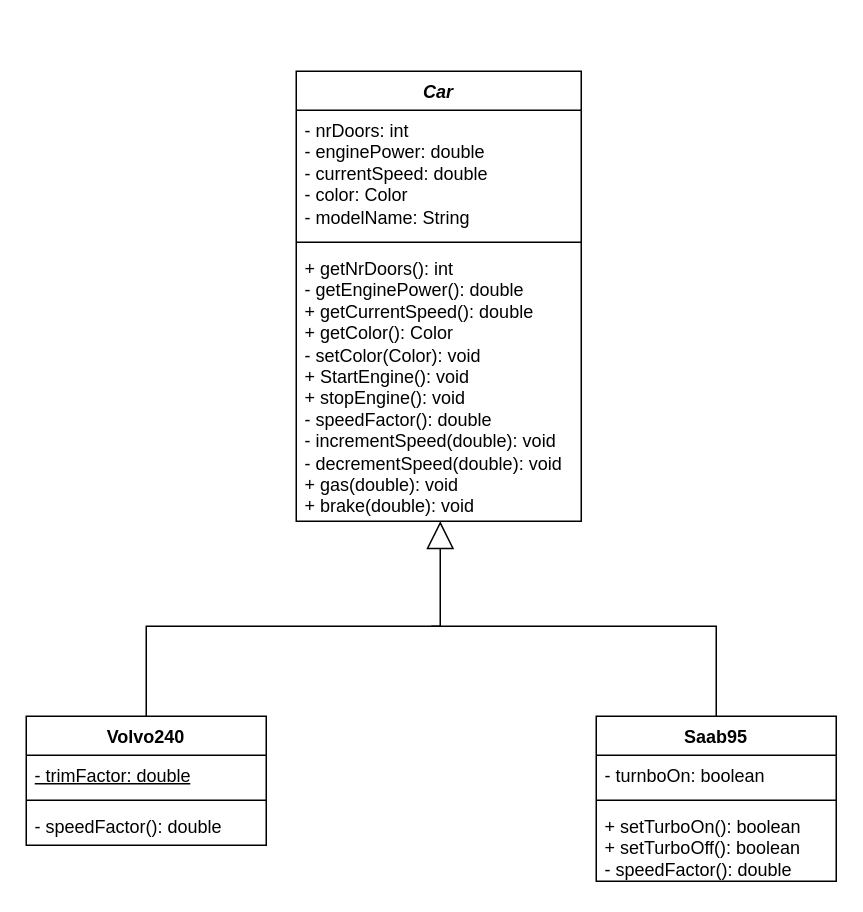
Above: Lab1.drawio in Trictan/lab1 (draw.io), before the change. Source tidied: cells renumbered, new cells numbered last; positions are measured from the earlier drawing's top-left corner, leaving out a move shared by most shapes. Both pictures are drawn from the tidied source at 150%, with x=0, y=0 at pixel (26, 70).
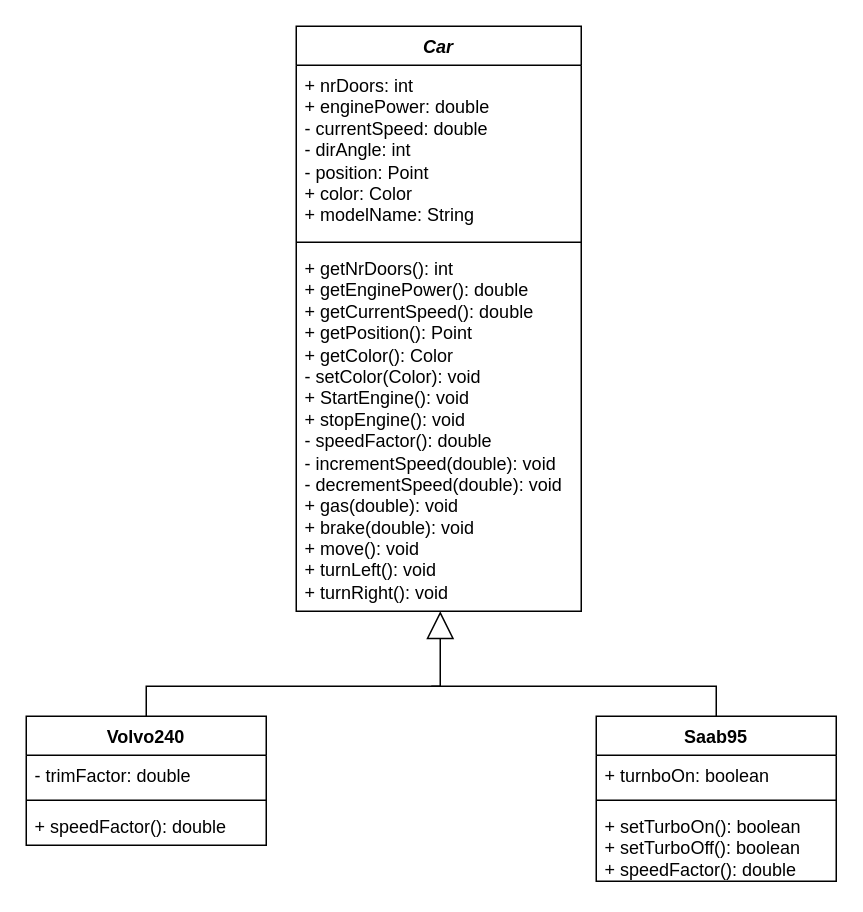
After the change.

Commit message (it also covers changes not shown here):
updatd uml

Unchanged cells that the change refers to:
```xml
<mxCell id="3" value="Volvo240" style="swimlane;fontStyle=1;align=center;verticalAlign=top;horizontal=1;startSize=26;whiteSpace=wrap;html=1;" parent="1" vertex="1">
  <mxGeometry y="430" width="160" height="86" as="geometry" />
</mxCell>
<mxCell id="11" value="Saab95" style="swimlane;fontStyle=1;align=center;verticalAlign=top;horizontal=1;startSize=26;whiteSpace=wrap;html=1;" parent="1" vertex="1">
  <mxGeometry x="380" y="430" width="160" height="110" as="geometry" />
</mxCell>
```

Diff of the diagram source:
```diff
@@
-    <mxCell id="4" value="&lt;u&gt;- trimFactor: double&lt;/u&gt;" style="text;strokeColor=none;fillColor=none;align=left;verticalAlign=top;spacingLeft=4;spacingRight=4;overflow=hidden;whiteSpace=wrap;html=1;" parent="3" vertex="1">
+    <mxCell id="4" value="- trimFactor: double" style="text;strokeColor=none;fillColor=none;align=left;verticalAlign=top;spacingLeft=4;spacingRight=4;overflow=hidden;whiteSpace=wrap;html=1;" parent="3" vertex="1">
       <mxGeometry y="26" width="160" height="26" as="geometry" />
     </mxCell>
@@
-    <mxCell id="6" value="&lt;span style=&quot;text-wrap: nowrap; background-color: rgb(255, 255, 255);&quot;&gt;- speedFactor(): double&lt;/span&gt;" style="text;strokeColor=none;fillColor=none;align=left;verticalAlign=top;spacingLeft=4;spacingRight=4;overflow=hidden;whiteSpace=wrap;html=1;" parent="3" vertex="1">
+    <mxCell id="6" value="&lt;span style=&quot;text-wrap: nowrap; background-color: rgb(255, 255, 255);&quot;&gt;+ speedFactor(): double&lt;/span&gt;" style="text;strokeColor=none;fillColor=none;align=left;verticalAlign=top;spacingLeft=4;spacingRight=4;overflow=hidden;whiteSpace=wrap;html=1;" parent="3" vertex="1">
       <mxGeometry y="60" width="160" height="26" as="geometry" />
     </mxCell>
     <mxCell id="7" value="&lt;i&gt;Car&lt;/i&gt;" style="swimlane;fontStyle=1;align=center;verticalAlign=top;horizontal=1;startSize=26;whiteSpace=wrap;html=1;" parent="1" vertex="1">
-      <mxGeometry x="180" width="190" height="300" as="geometry" />
+      <mxGeometry x="180" y="-30" width="190" height="390" as="geometry" />
     </mxCell>
-    <mxCell id="8" value="- nrDoors: int&lt;div&gt;- enginePower: double&lt;/div&gt;&lt;div&gt;- currentSpeed: double&lt;/div&gt;&lt;div&gt;-&lt;span style=&quot;background-color: transparent; color: light-dark(rgb(0, 0, 0), rgb(255, 255, 255));&quot;&gt;&amp;nbsp;color: Color&lt;/span&gt;&lt;/div&gt;&lt;div&gt;- modelName: String&lt;/div&gt;" style="text;strokeColor=none;fillColor=none;align=left;verticalAlign=top;spacingLeft=4;spacingRight=4;overflow=hidden;whiteSpace=wrap;html=1;" parent="7" vertex="1">
-      <mxGeometry y="26" width="190" height="84" as="geometry" />
+    <mxCell id="8" value="+ nrDoors: int&lt;div&gt;+ enginePower: double&lt;/div&gt;&lt;div&gt;- currentSpeed: double&lt;/div&gt;&lt;div&gt;- dirAngle: int&lt;/div&gt;&lt;div&gt;- position: Point&lt;/div&gt;&lt;div&gt;&lt;span style=&quot;background-color: transparent; color: light-dark(rgb(0, 0, 0), rgb(255, 255, 255));&quot;&gt;+ color: Color&lt;/span&gt;&lt;/div&gt;&lt;div&gt;+ modelName: String&lt;/div&gt;" style="text;strokeColor=none;fillColor=none;align=left;verticalAlign=top;spacingLeft=4;spacingRight=4;overflow=hidden;whiteSpace=wrap;html=1;" parent="7" vertex="1">
+      <mxGeometry y="26" width="190" height="114" as="geometry" />
     </mxCell>
     <mxCell id="9" style="line;strokeWidth=1;fillColor=none;align=left;verticalAlign=middle;spacingTop=-1;spacingLeft=3;spacingRight=3;labelPosition=right;strokeColor=inherit;" parent="7" vertex="1">
-      <mxGeometry y="110" width="190" height="8" as="geometry" />
+      <mxGeometry y="140" width="190" height="8" as="geometry" />
     </mxCell>
-    <mxCell id="10" value="+ getNrDoors(): int&lt;div&gt;- getEnginePower(): double&lt;/div&gt;&lt;div&gt;+ getCurrentSpeed(): double&lt;/div&gt;&lt;div&gt;+ getColor(): Color&lt;/div&gt;&lt;div&gt;- setColor(Color): void&lt;/div&gt;&lt;div&gt;+ StartEngine(): void&lt;/div&gt;&lt;div&gt;+ stopEngine(): void&lt;/div&gt;&lt;div&gt;- speedFactor(): double&lt;/div&gt;&lt;div&gt;- incrementSpeed(double): void&lt;/div&gt;&lt;div&gt;- decrementSpeed(double): void&lt;/div&gt;&lt;div&gt;+ gas(double): void&lt;/div&gt;&lt;div&gt;+ brake(double): void&lt;/div&gt;" style="text;strokeColor=none;fillColor=none;align=left;verticalAlign=top;spacingLeft=4;spacingRight=4;overflow=hidden;whiteSpace=wrap;html=1;" parent="7" vertex="1">
-      <mxGeometry y="118" width="190" height="182" as="geometry" />
+    <mxCell id="10" value="+ getNrDoors(): int&lt;div&gt;+ getEnginePower(): double&lt;/div&gt;&lt;div&gt;+ getCurrentSpeed(): double&lt;/div&gt;&lt;div&gt;+ getPosition(): Point&lt;/div&gt;&lt;div&gt;+ getColor(): Color&lt;/div&gt;&lt;div&gt;- setColor(Color): void&lt;/div&gt;&lt;div&gt;+ StartEngine(): void&lt;/div&gt;&lt;div&gt;+ stopEngine(): void&lt;/div&gt;&lt;div&gt;- speedFactor(): double&lt;/div&gt;&lt;div&gt;- incrementSpeed(double): void&lt;/div&gt;&lt;div&gt;- decrementSpeed(double): void&lt;/div&gt;&lt;div&gt;+ gas(double): void&lt;/div&gt;&lt;div&gt;+ brake(double): void&lt;/div&gt;&lt;div&gt;+ move(): void&lt;/div&gt;&lt;div&gt;+ turnLeft(): void&lt;/div&gt;&lt;div&gt;+ turnRight(): void&lt;/div&gt;&lt;div&gt;&lt;br&gt;&lt;/div&gt;" style="text;strokeColor=none;fillColor=none;align=left;verticalAlign=top;spacingLeft=4;spacingRight=4;overflow=hidden;whiteSpace=wrap;html=1;" parent="7" vertex="1">
+      <mxGeometry y="148" width="190" height="242" as="geometry" />
     </mxCell>
@@
-    <mxCell id="12" value="- turnboOn: boolean" style="text;strokeColor=none;fillColor=none;align=left;verticalAlign=top;spacingLeft=4;spacingRight=4;overflow=hidden;whiteSpace=wrap;html=1;" parent="11" vertex="1">
+    <mxCell id="12" value="+ turnboOn: boolean" style="text;strokeColor=none;fillColor=none;align=left;verticalAlign=top;spacingLeft=4;spacingRight=4;overflow=hidden;whiteSpace=wrap;html=1;" parent="11" vertex="1">
       <mxGeometry y="26" width="160" height="26" as="geometry" />
     </mxCell>
@@
-    <mxCell id="14" value="+ setTurboOn(): boolean&lt;div&gt;+ setTurboOff(): boolean&lt;br&gt;&lt;/div&gt;&lt;div&gt;- speedFactor(): double&lt;/div&gt;" style="text;strokeColor=none;fillColor=none;align=left;verticalAlign=top;spacingLeft=4;spacingRight=4;overflow=hidden;whiteSpace=wrap;html=1;" parent="11" vertex="1">
+    <mxCell id="14" value="+ setTurboOn(): boolean&lt;div&gt;+ setTurboOff(): boolean&lt;br&gt;&lt;/div&gt;&lt;div&gt;+ speedFactor(): double&lt;/div&gt;" style="text;strokeColor=none;fillColor=none;align=left;verticalAlign=top;spacingLeft=4;spacingRight=4;overflow=hidden;whiteSpace=wrap;html=1;" parent="11" vertex="1">
       <mxGeometry y="60" width="160" height="50" as="geometry" />
     </mxCell>
     <mxCell id="15" style="endArrow=block;endSize=16;endFill=0;html=1;rounded=0;exitX=0.5;exitY=0;exitDx=0;exitDy=0;" parent="1" edge="1" source="3">
       <mxGeometry relative="1" as="geometry">
-        <mxPoint x="276" y="300" as="targetPoint" />
+        <mxPoint x="276" y="360" as="targetPoint" />
         <Array as="points">
-          <mxPoint x="80" y="370" />
-          <mxPoint x="276" y="370" />
+          <mxPoint x="80" y="410" />
+          <mxPoint x="276" y="410" />
         </Array>
       </mxGeometry>
     </mxCell>
     <mxCell id="16" style="endArrow=none;html=1;rounded=0;entryX=0.5;entryY=0;entryDx=0;entryDy=0;" parent="1" edge="1" target="11">
       <mxGeometry relative="1" as="geometry">
-        <mxPoint x="270" y="370" as="sourcePoint" />
+        <mxPoint x="270" y="410" as="sourcePoint" />
         <Array as="points">
-          <mxPoint x="460" y="370" />
+          <mxPoint x="460" y="410" />
         </Array>
       </mxGeometry>
     </mxCell>
```
